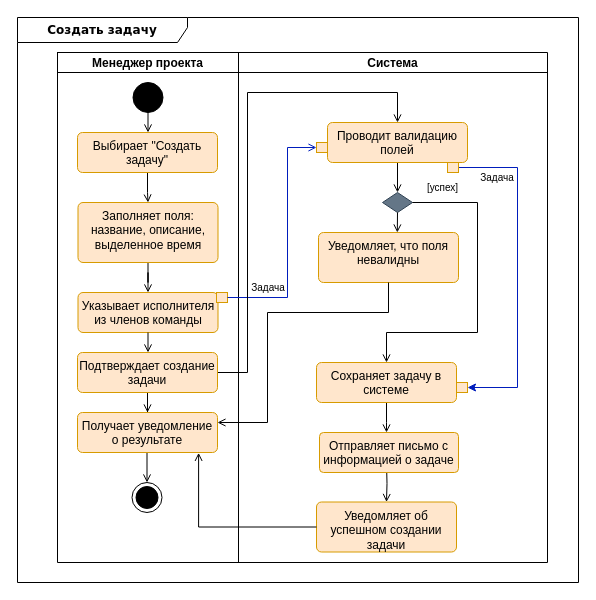
aVorotnikov/thunder_board keeps this draw.io diagram as docs/raw_diagrams/create_task.drawio. Above is the earlier version. Source tidied: cells renumbered, new cells numbered last; positions are measured from the earlier drawing's top-left corner, leaving out a move shared by most shapes. Both pictures are drawn from the tidied source at 100%, with x=0, y=0 at pixel (17, 17).
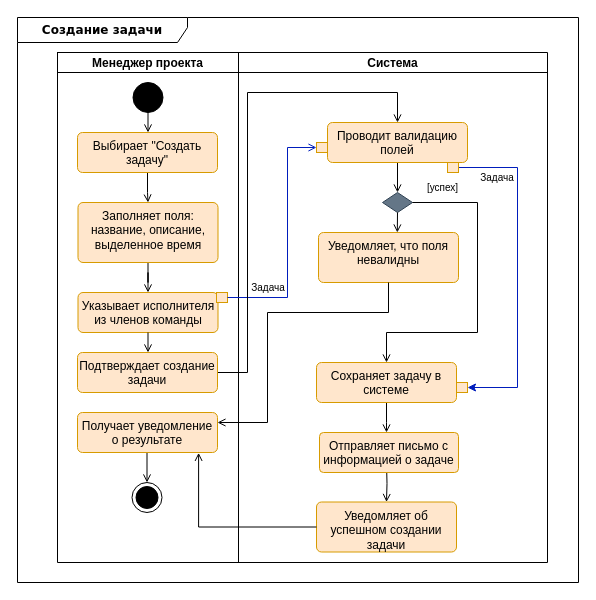
After the change.

The change refers to these unchanged cells:
```xml
<mxCell id="15" value="Система" style="swimlane;swimlaneHead=0;swimlaneBody=0;fontStyle=1;strokeColor=inherit;fillColor=none;startSize=20;" parent="3" vertex="1">
  <mxGeometry x="181" width="309" height="510" as="geometry" />
</mxCell>
<mxCell id="36" value="Подтверждает создание задачи" style="html=1;align=center;verticalAlign=top;rounded=1;absoluteArcSize=1;arcSize=10;dashed=0;whiteSpace=wrap;fillColor=#ffe6cc;strokeColor=#d79b00;" parent="1" vertex="1">
  <mxGeometry x="60" y="335" width="140" height="40" as="geometry" />
</mxCell>
<mxCell id="38" value="Получает уведомление о результате" style="html=1;align=center;verticalAlign=top;rounded=1;absoluteArcSize=1;arcSize=10;dashed=0;whiteSpace=wrap;fillColor=#ffe6cc;strokeColor=#d79b00;" parent="1" vertex="1">
  <mxGeometry x="60" y="395" width="140" height="40" as="geometry" />
</mxCell>
```

Diff of the diagram source:
```diff
@@
-    <mxCell id="16" value="&lt;b&gt;Создать задачу&lt;/b&gt;" style="shape=umlFrame;whiteSpace=wrap;html=1;rounded=1;shadow=0;comic=0;labelBackgroundColor=none;strokeWidth=1;fontFamily=Verdana;fontSize=12;align=center;width=170;height=25;" parent="15" vertex="1">
+    <mxCell id="16" value="&lt;b&gt;Создание задачи&lt;/b&gt;" style="shape=umlFrame;whiteSpace=wrap;html=1;rounded=1;shadow=0;comic=0;labelBackgroundColor=none;strokeWidth=1;fontFamily=Verdana;fontSize=12;align=center;width=170;height=25;" parent="15" vertex="1">
       <mxGeometry x="-221" y="-35" width="561" height="565" as="geometry" />
     </mxCell>
@@
-    <mxCell id="35" style="edgeStyle=orthogonalEdgeStyle;rounded=0;jettySize=auto;html=1;entryX=0.5;entryY=0;entryDx=0;entryDy=0;endArrow=open;endFill=0;" parent="1" edge="1" source="36" target="38">
-      <mxGeometry relative="1" as="geometry" />
-    </mxCell>
```
